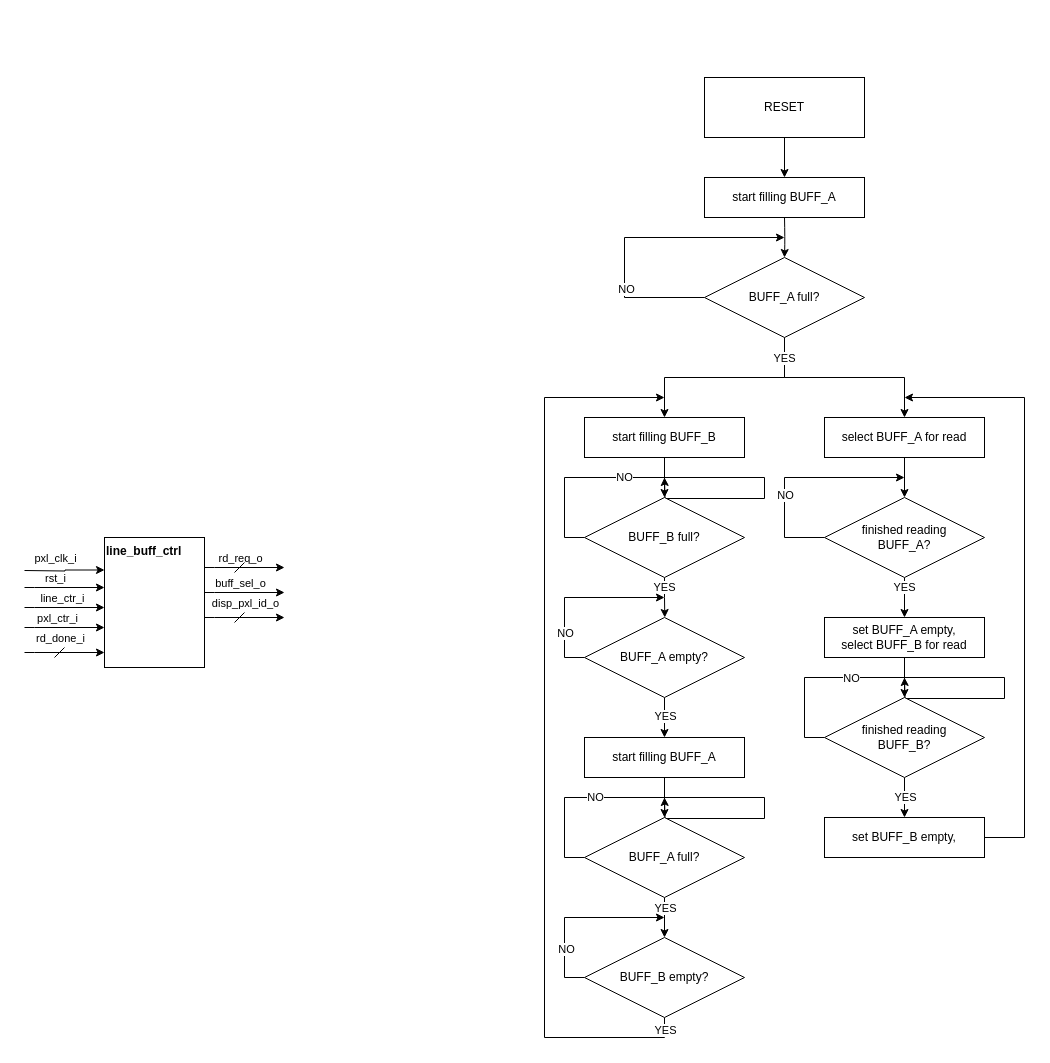
This is page "line buff controller design" (5 of 6) of docs/top_lvl_block_diagram.drawio from T-Szymk/VGA_Controller, a draw.io file, before an edit. Source tidied: cells renumbered, new cells numbered last; positions are measured from the earlier drawing's top-left corner, leaving out a move shared by most shapes. Both pictures are drawn from the tidied source at 100%, with x=0, y=0 at pixel (24, 77).
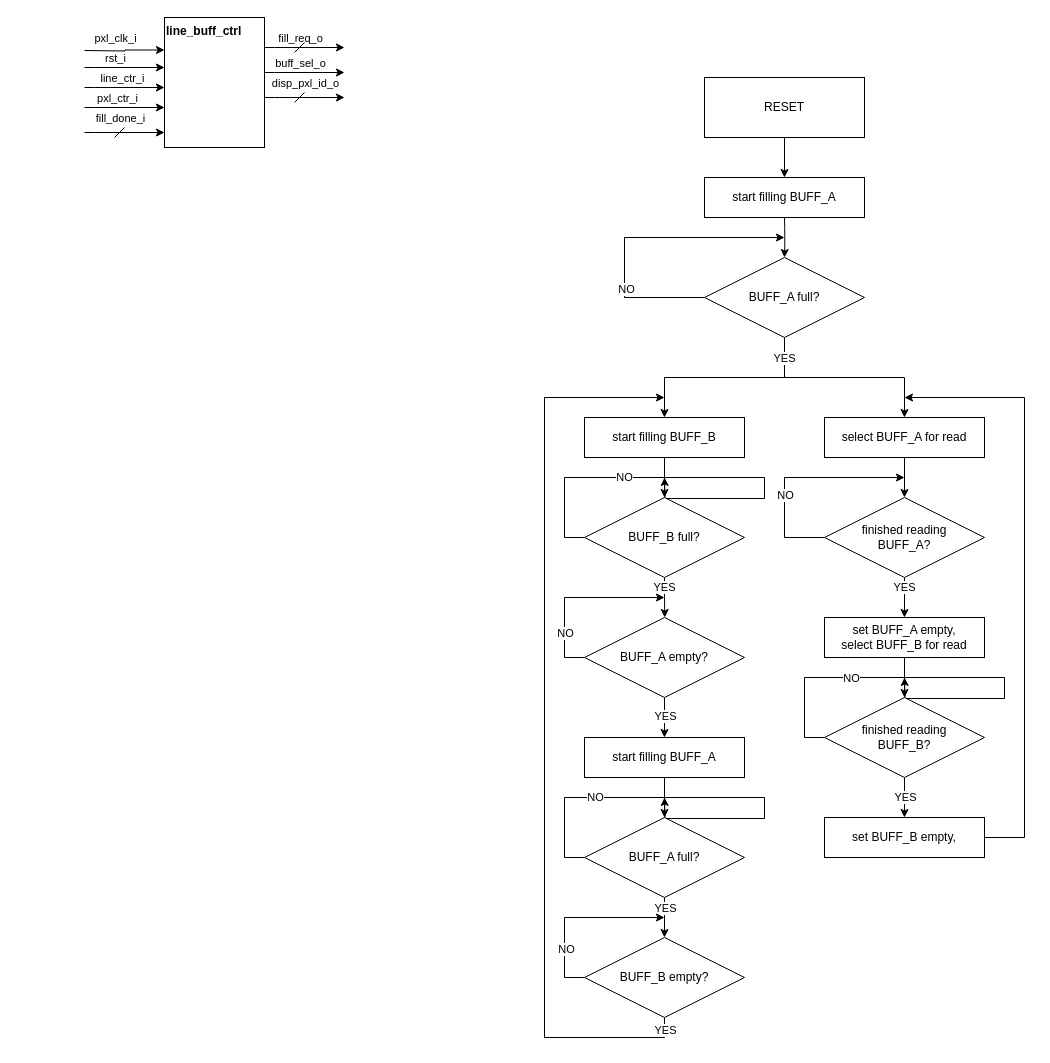
The same diagram, later.

The edit, as a diff of the source:
```diff
@@
     <mxCell id="3" style="edgeStyle=orthogonalEdgeStyle;rounded=0;jettySize=auto;html=1;exitX=0;exitY=0.25;exitDx=0;exitDy=0;entryX=0;entryY=0.25;entryDx=0;entryDy=0;" parent="1" edge="1" target="7">
       <mxGeometry relative="1" as="geometry">
-        <mxPoint y="493" as="sourcePoint" />
+        <mxPoint x="60" y="-27" as="sourcePoint" />
       </mxGeometry>
     </mxCell>
@@
     <mxCell id="5" style="edgeStyle=orthogonalEdgeStyle;rounded=0;orthogonalLoop=1;jettySize=auto;html=1;" parent="1" edge="1">
       <mxGeometry relative="1" as="geometry">
-        <mxPoint y="530" as="sourcePoint" />
-        <mxPoint x="80" y="530" as="targetPoint" />
+        <mxPoint x="60" y="10" as="sourcePoint" />
+        <mxPoint x="140" y="10" as="targetPoint" />
         <Array as="points">
-          <mxPoint x="10" y="530" />
-          <mxPoint x="50" y="530" />
+          <mxPoint x="70" y="10" />
+          <mxPoint x="110" y="10" />
         </Array>
       </mxGeometry>
     </mxCell>
@@
     <mxCell id="7" value="&lt;b&gt;line_buff_ctrl&lt;/b&gt;" style="rounded=0;whiteSpace=wrap;html=1;verticalAlign=top;align=left;" parent="1" vertex="1">
-      <mxGeometry x="80" y="460" width="100" height="130" as="geometry" />
+      <mxGeometry x="140" y="-60" width="100" height="130" as="geometry" />
     </mxCell>
     <mxCell id="8" style="edgeStyle=orthogonalEdgeStyle;rounded=0;orthogonalLoop=1;jettySize=auto;html=1;" parent="1" edge="1">
       <mxGeometry relative="1" as="geometry">
-        <mxPoint y="550" as="sourcePoint" />
-        <mxPoint x="80" y="550" as="targetPoint" />
+        <mxPoint x="60" y="30" as="sourcePoint" />
+        <mxPoint x="140" y="30" as="targetPoint" />
         <Array as="points">
-          <mxPoint x="10" y="550" />
-          <mxPoint x="50" y="550" />
+          <mxPoint x="70" y="30" />
+          <mxPoint x="110" y="30" />
         </Array>
       </mxGeometry>
     </mxCell>
@@
     <mxCell id="10" style="edgeStyle=orthogonalEdgeStyle;rounded=0;orthogonalLoop=1;jettySize=auto;html=1;" parent="1" edge="1">
       <mxGeometry relative="1" as="geometry">
-        <mxPoint y="510" as="sourcePoint" />
-        <mxPoint x="80" y="510" as="targetPoint" />
+        <mxPoint x="60" y="-10" as="sourcePoint" />
+        <mxPoint x="140" y="-10" as="targetPoint" />
         <Array as="points">
-          <mxPoint x="10" y="510" />
-          <mxPoint x="50" y="510" />
+          <mxPoint x="70" y="-10" />
+          <mxPoint x="110" y="-10" />
         </Array>
       </mxGeometry>
     </mxCell>
@@
     <mxCell id="12" style="edgeStyle=orthogonalEdgeStyle;rounded=0;orthogonalLoop=1;jettySize=auto;html=1;" parent="1" edge="1">
       <mxGeometry relative="1" as="geometry">
-        <mxPoint x="180" y="490" as="sourcePoint" />
-        <mxPoint x="260" y="490" as="targetPoint" />
+        <mxPoint x="240" y="-30" as="sourcePoint" />
+        <mxPoint x="320" y="-30" as="targetPoint" />
         <Array as="points">
-          <mxPoint x="190" y="490" />
-          <mxPoint x="230" y="490" />
+          <mxPoint x="250" y="-30" />
+          <mxPoint x="290" y="-30" />
         </Array>
       </mxGeometry>
     </mxCell>
-    <mxCell id="13" value="rd_req_o" style="edgeLabel;html=1;align=center;verticalAlign=middle;" parent="12" vertex="1">
+    <mxCell id="13" value="fill_req_o" style="edgeLabel;html=1;align=center;verticalAlign=middle;" parent="12" vertex="1">
       <mxGeometry x="0.18" y="1" relative="1" as="geometry">
         <mxPoint x="-12" y="-9" as="offset" />
       </mxGeometry>
     </mxCell>
     <mxCell id="14" style="endArrow=none;html=1;rounded=0;" parent="1" edge="1">
       <mxGeometry relative="1" as="geometry">
-        <mxPoint x="210" y="495" as="sourcePoint" />
-        <mxPoint x="220" y="485" as="targetPoint" />
+        <mxPoint x="270" y="-25" as="sourcePoint" />
+        <mxPoint x="280" y="-35" as="targetPoint" />
         <Array as="points">
-          <mxPoint x="215" y="490" />
+          <mxPoint x="275" y="-30" />
         </Array>
       </mxGeometry>
     </mxCell>
     <mxCell id="15" style="edgeStyle=orthogonalEdgeStyle;rounded=0;orthogonalLoop=1;jettySize=auto;html=1;" parent="1" edge="1">
       <mxGeometry relative="1" as="geometry">
-        <mxPoint x="180" y="515" as="sourcePoint" />
-        <mxPoint x="260" y="515" as="targetPoint" />
+        <mxPoint x="240" y="-5" as="sourcePoint" />
+        <mxPoint x="320" y="-5" as="targetPoint" />
         <Array as="points">
-          <mxPoint x="190" y="515" />
-          <mxPoint x="230" y="515" />
+          <mxPoint x="250" y="-5" />
+          <mxPoint x="290" y="-5" />
         </Array>
       </mxGeometry>
     </mxCell>
@@
     <mxCell id="17" style="edgeStyle=orthogonalEdgeStyle;rounded=0;orthogonalLoop=1;jettySize=auto;html=1;" parent="1" edge="1">
       <mxGeometry relative="1" as="geometry">
-        <mxPoint x="180" y="540" as="sourcePoint" />
-        <mxPoint x="260" y="540" as="targetPoint" />
+        <mxPoint x="240" y="20" as="sourcePoint" />
+        <mxPoint x="320" y="20" as="targetPoint" />
         <Array as="points">
-          <mxPoint x="190" y="540" />
-          <mxPoint x="230" y="540" />
+          <mxPoint x="250" y="20" />
+          <mxPoint x="290" y="20" />
         </Array>
       </mxGeometry>
     </mxCell>
@@
     <mxCell id="19" style="endArrow=none;html=1;rounded=0;" parent="1" edge="1">
       <mxGeometry relative="1" as="geometry">
-        <mxPoint x="210" y="545" as="sourcePoint" />
-        <mxPoint x="220" y="535" as="targetPoint" />
+        <mxPoint x="270" y="25" as="sourcePoint" />
+        <mxPoint x="280" y="15" as="targetPoint" />
         <Array as="points">
-          <mxPoint x="215" y="540" />
+          <mxPoint x="275" y="20" />
         </Array>
       </mxGeometry>
     </mxCell>
@@
     <mxCell id="67" style="edgeStyle=orthogonalEdgeStyle;rounded=0;orthogonalLoop=1;jettySize=auto;html=1;" parent="1" edge="1">
       <mxGeometry relative="1" as="geometry">
-        <mxPoint y="575" as="sourcePoint" />
-        <mxPoint x="80" y="575" as="targetPoint" />
+        <mxPoint x="60" y="55" as="sourcePoint" />
+        <mxPoint x="140" y="55" as="targetPoint" />
         <Array as="points">
-          <mxPoint x="10" y="575" />
-          <mxPoint x="50" y="575" />
+          <mxPoint x="70" y="55" />
+          <mxPoint x="110" y="55" />
         </Array>
       </mxGeometry>
     </mxCell>
-    <mxCell id="68" value="rd_done_i" style="edgeLabel;html=1;align=center;verticalAlign=middle;" parent="67" vertex="1">
+    <mxCell id="68" value="fill_done_i" style="edgeLabel;html=1;align=center;verticalAlign=middle;" parent="67" vertex="1">
       <mxGeometry x="0.18" y="1" relative="1" as="geometry">
         <mxPoint x="-12" y="-14" as="offset" />
       </mxGeometry>
     </mxCell>
     <mxCell id="69" style="endArrow=none;html=1;rounded=0;" parent="1" edge="1">
       <mxGeometry relative="1" as="geometry">
-        <mxPoint x="30" y="580" as="sourcePoint" />
-        <mxPoint x="40" y="570" as="targetPoint" />
+        <mxPoint x="90" y="60" as="sourcePoint" />
+        <mxPoint x="100" y="50" as="targetPoint" />
         <Array as="points">
-          <mxPoint x="35" y="575" />
+          <mxPoint x="95" y="55" />
         </Array>
       </mxGeometry>
     </mxCell>
```
